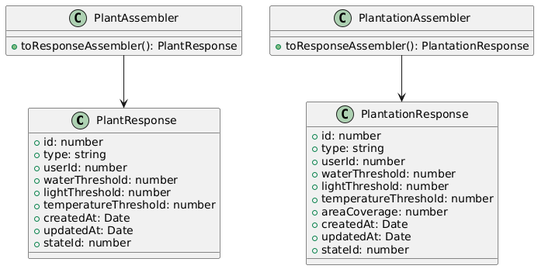
Earlier version of the PlantUML export assets/class-diagrams/managementWeb.png (wemade-IoT/Documents_Repository).
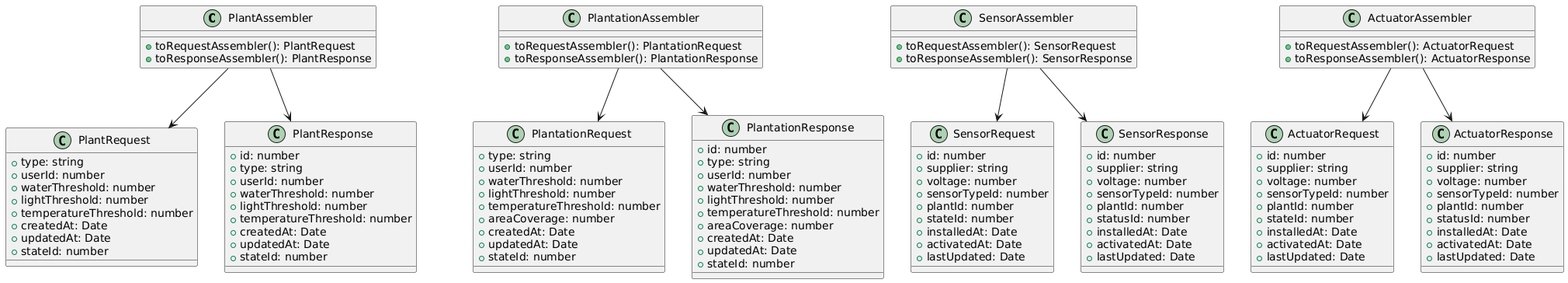
After the commit.

Commit message:
docs: changed management architecture description

The edit, as a diff of the source:
```diff
@@ -1,37 +1,130 @@
 @startuml
+
+class PlantAssembler {
+  + toRequestAssembler(): PlantRequest
+  + toResponseAssembler(): PlantResponse
+}
+
+class PlantationAssembler {
+  + toRequestAssembler(): PlantationRequest
+  + toResponseAssembler(): PlantationResponse
+}
+
+class SensorAssembler {
+  + toRequestAssembler(): SensorRequest
+  + toResponseAssembler(): SensorResponse
+}
+
+class ActuatorAssembler {
+  + toRequestAssembler(): ActuatorRequest
+  + toResponseAssembler(): ActuatorResponse
+}
+
+
+class PlantRequest {
+  + type: string
+  + userId: number
+  + waterThreshold: number
+  + lightThreshold: number
+  + temperatureThreshold: number
+  + createdAt: Date
+  + updatedAt: Date
+  + stateId: number
+}
+
+class PlantationRequest {
+  + type: string
+  + userId: number
+  + waterThreshold: number
+  + lightThreshold: number
+  + temperatureThreshold: number
+  + areaCoverage: number
+  + createdAt: Date
+  + updatedAt: Date
+  + stateId: number
+}
+
+class SensorRequest {
+  + id: number
+  + supplier: string
+  + voltage: number
+  + sensorTypeId: number
+  + plantId: number
+  + stateId: number
+  + installedAt: Date
+  + activatedAt: Date
+  + lastUpdated: Date
+}
+
+class ActuatorRequest {
+  + id: number
+  + supplier: string
+  + voltage: number
+  + sensorTypeId: number
+  + plantId: number
+  + stateId: number
+  + installedAt: Date
+  + activatedAt: Date
+  + lastUpdated: Date
+}
+
+
 class PlantResponse {
-        +id: number
-        +type: string
-        +userId: number
-        +waterThreshold: number
-        +lightThreshold: number
-        +temperatureThreshold: number
-        +createdAt: Date
-        +updatedAt: Date
-        +stateId: number
-    }
+  + id: number
+  + type: string
+  + userId: number
+  + waterThreshold: number
+  + lightThreshold: number
+  + temperatureThreshold: number
+  + createdAt: Date
+  + updatedAt: Date
+  + stateId: number
+}
 
-    class PlantationResponse {
-        +id: number
-        +type: string
-        +userId: number
-        +waterThreshold: number
-        +lightThreshold: number
-        +temperatureThreshold: number
-        +areaCoverage: number
-        +createdAt: Date
-        +updatedAt: Date
-        +stateId: number
-    }
+class PlantationResponse {
+  + id: number
+  + type: string
+  + userId: number
+  + waterThreshold: number
+  + lightThreshold: number
+  + temperatureThreshold: number
+  + areaCoverage: number
+  + createdAt: Date
+  + updatedAt: Date
+  + stateId: number
+}
 
-    class PlantAssembler {
-        +toResponseAssembler(): PlantResponse
-    }
+class SensorResponse {
+  + id: number
+  + supplier: string
+  + voltage: number
+  + sensorTypeId: number
+  + plantId: number
+  + statusId: number
+  + installedAt: Date
+  + activatedAt: Date
+  + lastUpdated: Date
+}
 
-    class PlantationAssembler {
-        +toResponseAssembler(): PlantationResponse
-    }
+class ActuatorResponse {
+  + id: number
+  + supplier: string
+  + voltage: number
+  + sensorTypeId: number
+  + plantId: number
+  + statusId: number
+  + installedAt: Date
+  + activatedAt: Date
+  + lastUpdated: Date
+}
 
+
+PlantAssembler --> PlantRequest
 PlantAssembler --> PlantResponse
+PlantationAssembler --> PlantationRequest
 PlantationAssembler --> PlantationResponse
+SensorAssembler --> SensorRequest
+SensorAssembler --> SensorResponse
+ActuatorAssembler --> ActuatorRequest
+ActuatorAssembler --> ActuatorResponse
 @enduml
```
